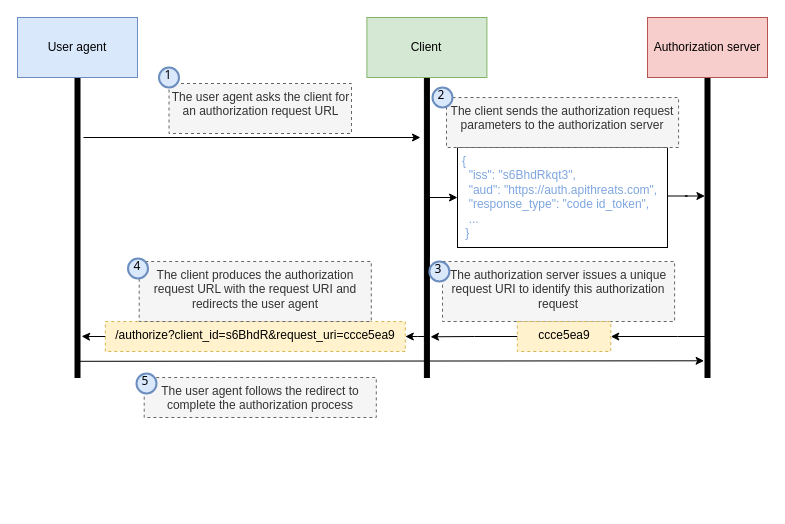
abunuwas/api-sec-book-imgs keeps this draw.io diagram as page "10.14" (14 of 15) of ch10.drawio. Above is the earlier version. Source tidied: cells renumbered, new cells numbered last; positions are measured from the earlier drawing's top-left corner, leaving out a move shared by most shapes. Both pictures are drawn from the tidied source at 100%, with x=0, y=0 at pixel (17, 17).
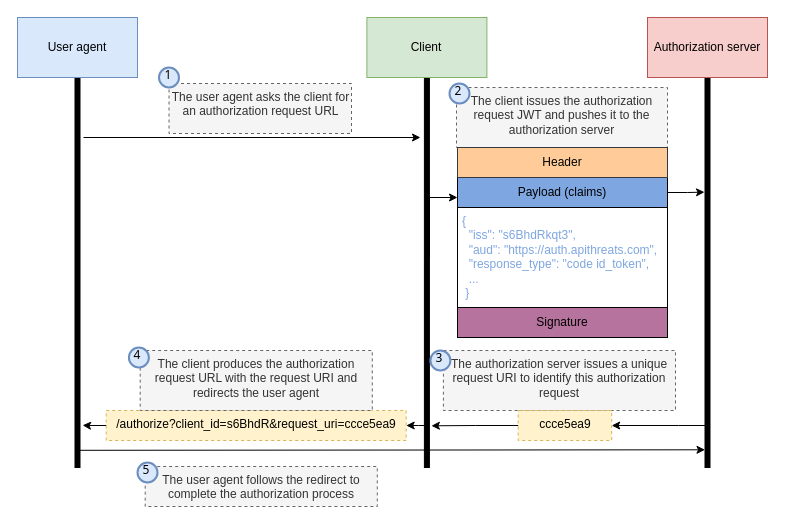
Above is the later version.

Change to the diagram source:
```diff
@@
     <mxCell id="2" style="rounded=0;whiteSpace=wrap;html=1;fillColor=#000000;" parent="1" vertex="1">
-      <mxGeometry x="57.5" y="60" width="5" height="300" as="geometry" />
+      <mxGeometry x="57.5" y="60" width="5" height="390" as="geometry" />
     </mxCell>
     <mxCell id="3" style="edgeStyle=orthogonalEdgeStyle;rounded=0;jettySize=auto;html=1;entryX=1;entryY=0.5;entryDx=0;entryDy=0;" parent="1" edge="1" target="20">
       <mxGeometry relative="1" as="geometry">
-        <mxPoint x="687.5" y="319" as="sourcePoint" />
+        <mxPoint x="688.5" y="408" as="sourcePoint" />
         <Array as="points">
-          <mxPoint x="660" y="319" />
-          <mxPoint x="660" y="319" />
+          <mxPoint x="661" y="408" />
+          <mxPoint x="661" y="408" />
         </Array>
       </mxGeometry>
     </mxCell>
     <mxCell id="4" style="rounded=0;whiteSpace=wrap;html=1;fillColor=#000000;" parent="1" vertex="1">
-      <mxGeometry x="687.5" y="60" width="5" height="300" as="geometry" />
+      <mxGeometry x="687.5" y="60" width="5" height="390" as="geometry" />
     </mxCell>
-    <mxCell id="5" style="edgeStyle=orthogonalEdgeStyle;rounded=0;jettySize=auto;html=1;entryX=0;entryY=0.5;entryDx=0;entryDy=0;" parent="1" edge="1" target="14">
+    <mxCell id="5" style="edgeStyle=orthogonalEdgeStyle;rounded=0;orthogonalLoop=1;jettySize=auto;html=1;entryX=0;entryY=0.5;entryDx=0;entryDy=0;" parent="1" edge="1">
       <mxGeometry relative="1" as="geometry">
         <mxPoint x="412" y="240" as="sourcePoint" />
+        <mxPoint x="440" y="180" as="targetPoint" />
         <Array as="points">
           <mxPoint x="412" y="180" />
         </Array>
       </mxGeometry>
     </mxCell>
     <mxCell id="6" style="edgeStyle=orthogonalEdgeStyle;rounded=0;jettySize=auto;html=1;entryX=1;entryY=0.5;entryDx=0;entryDy=0;" parent="1" edge="1" target="16">
       <mxGeometry relative="1" as="geometry">
-        <mxPoint x="407" y="319" as="sourcePoint" />
+        <mxPoint x="407.9" y="408" as="sourcePoint" />
         <Array as="points">
-          <mxPoint x="400" y="319" />
-          <mxPoint x="400" y="319" />
+          <mxPoint x="400.9" y="408" />
+          <mxPoint x="400.9" y="408" />
         </Array>
       </mxGeometry>
     </mxCell>
     <mxCell id="7" style="rounded=0;whiteSpace=wrap;html=1;fillColor=#000000;" parent="1" vertex="1">
-      <mxGeometry x="406.9" y="60" width="5" height="300" as="geometry" />
+      <mxGeometry x="406.9" y="60" width="5" height="390" as="geometry" />
     </mxCell>
@@
-    <mxCell id="14" style="rounded=0;whiteSpace=wrap;html=1;" parent="1" vertex="1">
-      <mxGeometry x="440" y="130" width="210" height="100" as="geometry" />
-    </mxCell>
-    <mxCell id="15" value="{&#10;  &quot;iss&quot;: &quot;s6BhdRkqt3&quot;,&#10;  &quot;aud&quot;: &quot;https://auth.apithreats.com&quot;,&#10;  &quot;response_type&quot;: &quot;code id_token&quot;,&#10;  ...&#10; }" style="text;whiteSpace=wrap;fontColor=#7EA6E0;" parent="1" vertex="1">
-      <mxGeometry x="443" y="130" width="207" height="97" as="geometry" />
-    </mxCell>
     <mxCell id="16" value="/authorize?client_id=&lt;span style=&quot;background-color: transparent; color: light-dark(rgb(0, 0, 0), rgb(255, 255, 255));&quot;&gt;s6BhdR&amp;amp;&lt;/span&gt;&lt;span style=&quot;background-color: transparent; color: light-dark(rgb(0, 0, 0), rgb(255, 255, 255));&quot;&gt;request_uri=&lt;/span&gt;ccce5ea9" style="text;whiteSpace=wrap;html=1;spacing=2;strokeColor=#d6b656;dashed=1;fillColor=#fff2cc;align=center;" parent="1" vertex="1">
-      <mxGeometry x="87.8" y="304" width="300" height="30" as="geometry" />
+      <mxGeometry x="88.7" y="393" width="300" height="30" as="geometry" />
     </mxCell>
-    <mxCell id="17" value="The client sends the authorization request parameters to the authorization server" style="text;whiteSpace=wrap;html=1;spacing=2;strokeColor=#666666;dashed=1;fillColor=#f5f5f5;align=center;fontColor=#333333;" parent="1" vertex="1">
-      <mxGeometry x="429" y="80" width="232.1" height="50" as="geometry" />
+    <mxCell id="17" value="The client issues the authorization request JWT and pushes it to the authorization server" style="text;whiteSpace=wrap;html=1;spacing=2;strokeColor=#666666;dashed=1;fillColor=#f5f5f5;align=center;fontColor=#333333;" parent="1" vertex="1">
+      <mxGeometry x="439" y="70" width="211" height="60" as="geometry" />
     </mxCell>
     <mxCell id="18" style="endArrow=classic;html=1;rounded=0;entryX=-0.189;entryY=0.528;entryDx=0;entryDy=0;entryPerimeter=0;exitX=0.811;exitY=0.529;exitDx=0;exitDy=0;exitPerimeter=0;" parent="1" edge="1">
       <mxGeometry relative="1" as="geometry">
-        <mxPoint x="61.6" y="343.8" as="sourcePoint" />
-        <mxPoint x="686.6" y="343.3" as="targetPoint" />
+        <mxPoint x="62.5" y="432.8" as="sourcePoint" />
+        <mxPoint x="687.5" y="432.3" as="targetPoint" />
       </mxGeometry>
     </mxCell>
     <mxCell id="19" value="The authorization server issues a unique request URI to identify this authorization request" style="text;whiteSpace=wrap;html=1;spacing=2;strokeColor=#666666;dashed=1;fillColor=#f5f5f5;align=center;fontColor=#333333;" parent="1" vertex="1">
-      <mxGeometry x="425" y="244" width="232.1" height="60" as="geometry" />
+      <mxGeometry x="425.9" y="333" width="232.1" height="60" as="geometry" />
     </mxCell>
     <mxCell id="20" value="ccce5ea9" style="text;whiteSpace=wrap;html=1;spacing=2;strokeColor=#d6b656;dashed=1;fillColor=#fff2cc;align=center;" parent="1" vertex="1">
-      <mxGeometry x="499.8" y="304" width="93.5" height="30" as="geometry" />
+      <mxGeometry x="500.7" y="393" width="93.5" height="30" as="geometry" />
     </mxCell>
     <mxCell id="21" style="edgeStyle=orthogonalEdgeStyle;rounded=0;jettySize=auto;html=1;entryX=1.21;entryY=0.481;entryDx=0;entryDy=0;entryPerimeter=0;" parent="1" edge="1" source="20">
       <mxGeometry relative="1" as="geometry">
-        <mxPoint x="413" y="319.3" as="targetPoint" />
+        <mxPoint x="413.9" y="408.3" as="targetPoint" />
       </mxGeometry>
     </mxCell>
     <mxCell id="22" value="2" style="ellipse;whiteSpace=wrap;html=1;strokeWidth=2;fontFamily=Tahoma;spacingBottom=4;spacingRight=2;strokeColor=#6c8ebf;fillColor=#dae8fc;" parent="1" vertex="1">
-      <mxGeometry x="415" y="70" width="20" height="20" as="geometry" />
+      <mxGeometry x="432" y="66" width="20" height="20" as="geometry" />
     </mxCell>
     <mxCell id="23" value="3" style="ellipse;whiteSpace=wrap;html=1;strokeWidth=2;fontFamily=Tahoma;spacingBottom=4;spacingRight=2;strokeColor=#6c8ebf;fillColor=#dae8fc;" parent="1" vertex="1">
-      <mxGeometry x="411.9" y="244" width="20" height="20" as="geometry" />
+      <mxGeometry x="412.9" y="333" width="20" height="20" as="geometry" />
     </mxCell>
     <mxCell id="24" style="edgeStyle=orthogonalEdgeStyle;rounded=0;jettySize=auto;html=1;entryX=1.322;entryY=0.48;entryDx=0;entryDy=0;entryPerimeter=0;" parent="1" edge="1" source="16">
       <mxGeometry relative="1" as="geometry">
-        <mxPoint x="64.1" y="318.8" as="targetPoint" />
+        <mxPoint x="65.1" y="407.8" as="targetPoint" />
       </mxGeometry>
     </mxCell>
     <mxCell id="25" value="The client produces the authorization request URL with the request URI and redirects the user agent" style="text;whiteSpace=wrap;html=1;spacing=2;strokeColor=#666666;dashed=1;fillColor=#f5f5f5;align=center;fontColor=#333333;" parent="1" vertex="1">
-      <mxGeometry x="121.7" y="244" width="232.1" height="60" as="geometry" />
+      <mxGeometry x="122.7" y="333" width="232.1" height="60" as="geometry" />
     </mxCell>
     <mxCell id="26" value="4" style="ellipse;whiteSpace=wrap;html=1;strokeWidth=2;fontFamily=Tahoma;spacingBottom=4;spacingRight=2;strokeColor=#6c8ebf;fillColor=#dae8fc;" parent="1" vertex="1">
-      <mxGeometry x="110.5" y="241" width="20" height="20" as="geometry" />
+      <mxGeometry x="111.4" y="330" width="20" height="20" as="geometry" />
     </mxCell>
     <mxCell id="27" value="The user agent follows the redirect to complete the authorization process" style="text;whiteSpace=wrap;html=1;spacing=2;strokeColor=#666666;dashed=1;fillColor=#f5f5f5;align=center;fontColor=#333333;" parent="1" vertex="1">
-      <mxGeometry x="126.7" y="360" width="232.1" height="40" as="geometry" />
+      <mxGeometry x="127.7" y="449" width="232.1" height="40" as="geometry" />
     </mxCell>
     <mxCell id="28" value="5" style="ellipse;whiteSpace=wrap;html=1;strokeWidth=2;fontFamily=Tahoma;spacingBottom=4;spacingRight=2;strokeColor=#6c8ebf;fillColor=#dae8fc;" parent="1" vertex="1">
-      <mxGeometry x="119" y="356" width="20" height="20" as="geometry" />
+      <mxGeometry x="120" y="445" width="20" height="20" as="geometry" />
     </mxCell>
-    <mxCell id="29" style="edgeStyle=orthogonalEdgeStyle;rounded=0;jettySize=auto;html=1;entryX=-0.013;entryY=0.395;entryDx=0;entryDy=0;entryPerimeter=0;" parent="1" edge="1" source="15" target="4">
-      <mxGeometry relative="1" as="geometry" />
-    </mxCell>
+    <mxCell id="30" style="rounded=0;whiteSpace=wrap;html=1;" parent="1" vertex="1">
+      <mxGeometry x="440" y="190" width="210" height="100" as="geometry" />
+    </mxCell>
+    <mxCell id="31" value="&lt;font style=&quot;color: rgb(0, 0, 0);&quot;&gt;Payload (claims)&lt;/font&gt;" style="text;html=1;strokeColor=default;fillColor=#7EA6E0;align=center;verticalAlign=middle;whiteSpace=wrap;rounded=0;fontColor=#7EA6E0;" parent="1" vertex="1">
+      <mxGeometry x="440" y="160" width="210" height="30" as="geometry" />
+    </mxCell>
+    <mxCell id="32" value="Signature" style="text;html=1;strokeColor=default;fillColor=#B5739D;align=center;verticalAlign=middle;whiteSpace=wrap;rounded=0;" parent="1" vertex="1">
+      <mxGeometry x="440" y="290" width="210" height="30" as="geometry" />
+    </mxCell>
+    <mxCell id="33" value="Header" style="text;html=1;strokeColor=#36393d;fillColor=#ffcc99;align=center;verticalAlign=middle;whiteSpace=wrap;rounded=0;" parent="1" vertex="1">
+      <mxGeometry x="440" y="130" width="210" height="30" as="geometry" />
+    </mxCell>
+    <mxCell id="15" value="{&#10;  &quot;iss&quot;: &quot;s6BhdRkqt3&quot;,&#10;  &quot;aud&quot;: &quot;https://auth.apithreats.com&quot;,&#10;  &quot;response_type&quot;: &quot;code id_token&quot;,&#10;  ...&#10; }" style="text;whiteSpace=wrap;fontColor=#7EA6E0;" parent="1" vertex="1">
+      <mxGeometry x="443" y="190" width="207" height="97" as="geometry" />
+    </mxCell>
+    <mxCell id="34" style="edgeStyle=orthogonalEdgeStyle;rounded=0;jettySize=auto;html=1;entryX=-0.096;entryY=0.294;entryDx=0;entryDy=0;entryPerimeter=0;" parent="1" edge="1" source="31" target="4">
+      <mxGeometry relative="1" as="geometry" />
+    </mxCell>
```
